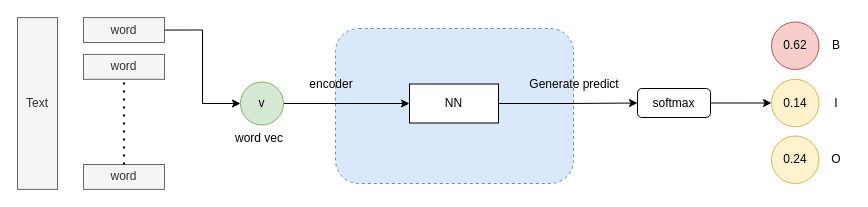
The draw.io diagram report.drawio in ZYNsama666/CASIA, before the edit. Source tidied: cells renumbered, new cells numbered last; positions are measured from the earlier drawing's top-left corner, leaving out a move shared by most shapes. Both pictures are drawn from the tidied source at 100%, with x=0, y=0 at pixel (17, 17).
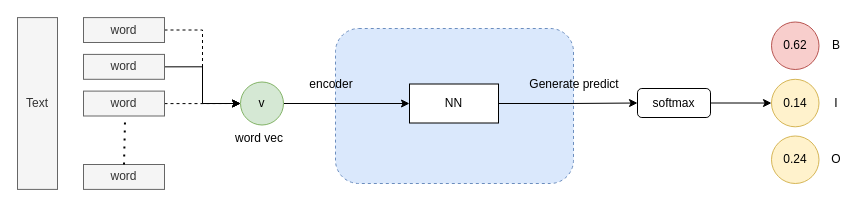
After the change.

Unchanged cells that the change refers to:
```xml
<mxCell id="4" value="v" style="ellipse;whiteSpace=wrap;html=1;fillColor=#d5e8d4;strokeColor=#82b366;" parent="1" vertex="1">
  <mxGeometry x="223" y="64.5" width="43" height="43" as="geometry" />
</mxCell>
<mxCell id="20" value="word" style="text;html=1;strokeColor=#666666;fillColor=#f5f5f5;align=center;verticalAlign=middle;whiteSpace=wrap;rounded=0;fontColor=#333333;" parent="1" vertex="1">
  <mxGeometry x="66" y="0.1" width="81" height="24.9" as="geometry" />
</mxCell>
<mxCell id="21" value="word" style="text;html=1;strokeColor=#666666;fillColor=#f5f5f5;align=center;verticalAlign=middle;whiteSpace=wrap;rounded=0;fontColor=#333333;" parent="1" vertex="1">
  <mxGeometry x="66" y="36.9" width="81" height="24.9" as="geometry" />
</mxCell>
<mxCell id="22" value="word" style="text;html=1;strokeColor=#666666;fillColor=#f5f5f5;align=center;verticalAlign=middle;whiteSpace=wrap;rounded=0;fontColor=#333333;" parent="1" vertex="1">
  <mxGeometry x="66" y="147" width="81" height="24.9" as="geometry" />
</mxCell>
```

Change to the diagram source:
```diff
@@
-    <mxCell id="7" style="edgeStyle=orthogonalEdgeStyle;rounded=0;jettySize=auto;html=1;entryX=0;entryY=0.5;entryDx=0;entryDy=0;exitX=1;exitY=0.5;exitDx=0;exitDy=0;" parent="1" edge="1" source="20" target="4">
+    <mxCell id="7" style="edgeStyle=orthogonalEdgeStyle;rounded=0;jettySize=auto;html=1;entryX=0;entryY=0.5;entryDx=0;entryDy=0;exitX=1;exitY=0.5;exitDx=0;exitDy=0;" parent="1" edge="1" source="21" target="4">
       <mxGeometry relative="1" as="geometry" />
     </mxCell>
@@
+    <mxCell id="24" style="edgeStyle=orthogonalEdgeStyle;rounded=0;jettySize=auto;html=1;entryX=0;entryY=0.5;entryDx=0;entryDy=0;dashed=1;" parent="1" edge="1" source="20" target="4">
+      <mxGeometry relative="1" as="geometry" />
+    </mxCell>
@@
-    <mxCell id="23" style="endArrow=none;dashed=1;html=1;dashPattern=1 3;strokeWidth=2;rounded=0;entryX=0.5;entryY=1;entryDx=0;entryDy=0;exitX=0.5;exitY=0;exitDx=0;exitDy=0;" parent="1" edge="1" source="22" target="21">
+    <mxCell id="23" style="endArrow=none;dashed=1;html=1;dashPattern=1 3;strokeWidth=2;rounded=0;entryX=0.513;entryY=1.126;entryDx=0;entryDy=0;exitX=0.5;exitY=0;exitDx=0;exitDy=0;entryPerimeter=0;" parent="1" edge="1" source="22" target="26">
       <mxGeometry relative="1" as="geometry" />
     </mxCell>
+    <mxCell id="25" style="edgeStyle=orthogonalEdgeStyle;rounded=0;jettySize=auto;html=1;entryX=0;entryY=0.5;entryDx=0;entryDy=0;dashed=1;" parent="1" edge="1" source="26" target="4">
+      <mxGeometry relative="1" as="geometry" />
+    </mxCell>
+    <mxCell id="26" value="word" style="text;html=1;strokeColor=#666666;fillColor=#f5f5f5;align=center;verticalAlign=middle;whiteSpace=wrap;rounded=0;fontColor=#333333;" parent="1" vertex="1">
+      <mxGeometry x="66" y="73.6" width="81" height="24.9" as="geometry" />
+    </mxCell>
```
